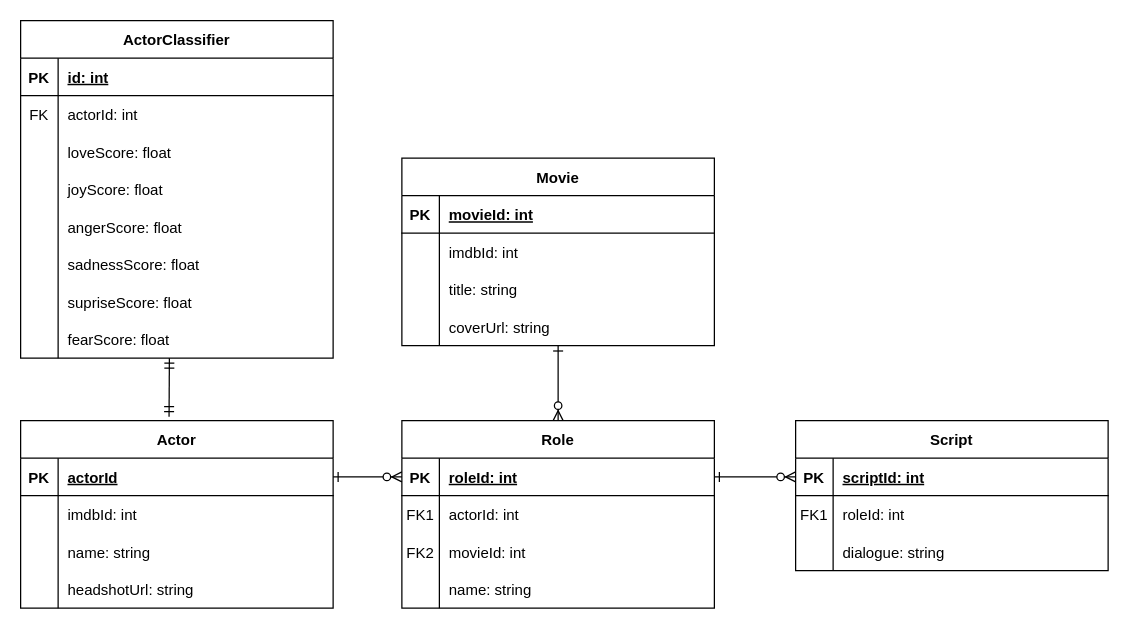
Before: documentation/ER Diagram.drawio in InformationRetrieval-Organization/MovieActorRankingSystem, a draw.io diagram. Source tidied: cells renumbered, new cells numbered last; positions are measured from the earlier drawing's top-left corner, leaving out a move shared by most shapes. Both pictures are drawn from the tidied source at 125%, with x=0, y=0 at pixel (20, 20).
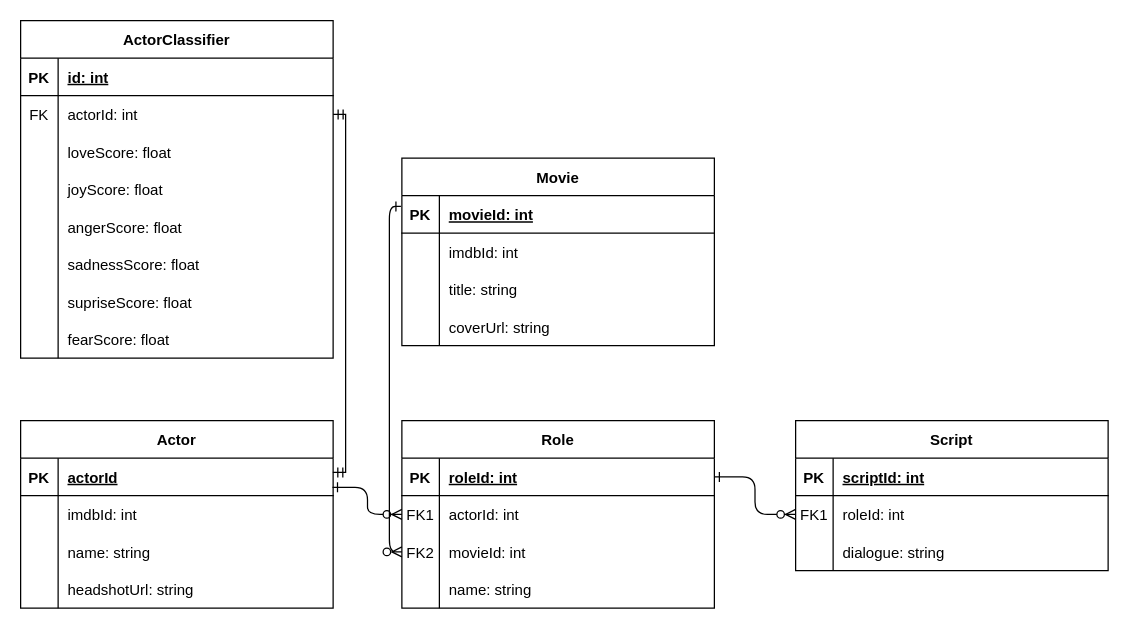
The same page after the edit.

Commit message (it also covers changes not shown here):
updated presentation and er diagram

Unchanged cells that the change refers to:
```xml
<mxCell id="4" value="Role" style="shape=table;startSize=30;childLayout=tableLayout;rowLines=0;fontStyle=1;align=center;" parent="1" vertex="1">
  <mxGeometry x="305" y="320" width="250" height="150" as="geometry" />
</mxCell>
<mxCell id="5" style="shape=partialRectangle;fillColor=none;points=[[0,0.5],[1,0.5]];portConstraint=eastwest;top=0;left=0;right=0;bottom=1;" parent="4" vertex="1">
  <mxGeometry y="30" width="250" height="30" as="geometry" />
</mxCell>
<mxCell id="8" style="shape=partialRectangle;fillColor=none;points=[[0,0.5],[1,0.5]];portConstraint=eastwest;top=0;left=0;right=0;bottom=0;" parent="4" vertex="1">
  <mxGeometry y="60" width="250" height="30" as="geometry" />
</mxCell>
<mxCell id="11" style="shape=partialRectangle;fillColor=none;points=[[0,0.5],[1,0.5]];portConstraint=eastwest;top=0;left=0;right=0;bottom=0;" parent="4" vertex="1">
  <mxGeometry y="90" width="250" height="30" as="geometry" />
</mxCell>
<mxCell id="18" style="shape=partialRectangle;fillColor=none;points=[[0,0.5],[1,0.5]];portConstraint=eastwest;top=0;left=0;right=0;bottom=1;" parent="17" vertex="1">
  <mxGeometry y="30" width="250" height="30" as="geometry" />
</mxCell>
<mxCell id="21" style="shape=partialRectangle;fillColor=none;points=[[0,0.5],[1,0.5]];portConstraint=eastwest;top=0;left=0;right=0;bottom=0;" parent="17" vertex="1">
  <mxGeometry y="60" width="250" height="30" as="geometry" />
</mxCell>
<mxCell id="27" value="Actor" style="shape=table;startSize=30;childLayout=tableLayout;rowLines=0;fontStyle=1;align=center;" parent="1" vertex="1">
  <mxGeometry y="320" width="250" height="150" as="geometry" />
</mxCell>
<mxCell id="28" style="shape=partialRectangle;fillColor=none;points=[[0,0.5],[1,0.5]];portConstraint=eastwest;top=0;left=0;right=0;bottom=1;" parent="27" vertex="1">
  <mxGeometry y="30" width="250" height="30" as="geometry" />
</mxCell>
<mxCell id="41" style="shape=partialRectangle;fillColor=none;points=[[0,0.5],[1,0.5]];portConstraint=eastwest;top=0;left=0;right=0;bottom=1;" parent="40" vertex="1">
  <mxGeometry y="30" width="250" height="30" as="geometry" />
</mxCell>
<mxCell id="50" style="shape=partialRectangle;fillColor=none;points=[[0,0.5],[1,0.5]];portConstraint=eastwest;top=0;left=0;right=0;bottom=0;" parent="40" vertex="1">
  <mxGeometry y="120" width="250" height="30" as="geometry" />
</mxCell>
<mxCell id="57" style="shape=partialRectangle;fillColor=none;points=[[0,0.5],[1,0.5]];portConstraint=eastwest;top=0;left=0;right=0;bottom=0;" parent="53" vertex="1">
  <mxGeometry y="60" width="250" height="30" as="geometry" />
</mxCell>
```

The edit, as a diff of the source:
```diff
@@
-    <mxCell id="2" style="endArrow=ERzeroToMany;startArrow=ERone;endFill=1;startFill=0;entryX=0;entryY=0.5;entryDx=0;entryDy=0;" parent="1" edge="1" source="28" target="5">
+    <mxCell id="2" style="endArrow=ERzeroToMany;startArrow=ERone;endFill=1;startFill=0;entryX=0;entryY=0.5;entryDx=0;entryDy=0;edgeStyle=orthogonalEdgeStyle;exitX=0.998;exitY=0.777;exitDx=0;exitDy=0;exitPerimeter=0;" parent="1" edge="1" source="28" target="8">
       <mxGeometry relative="1" as="geometry" />
     </mxCell>
-    <mxCell id="3" style="endArrow=ERzeroToMany;startArrow=ERone;endFill=1;startFill=0;entryX=0;entryY=0.5;entryDx=0;entryDy=0;" parent="1" edge="1" source="5" target="18">
+    <mxCell id="3" style="endArrow=ERzeroToMany;startArrow=ERone;endFill=1;startFill=0;entryX=0;entryY=0.5;entryDx=0;entryDy=0;exitX=1;exitY=0.5;exitDx=0;exitDy=0;edgeStyle=orthogonalEdgeStyle;" parent="1" edge="1" source="5" target="21">
       <mxGeometry relative="1" as="geometry" />
     </mxCell>
@@
-    <mxCell id="78" style="fontSize=12;html=1;endArrow=ERmandOne;startArrow=ERmandOne;rounded=0;exitX=0.475;exitY=-0.021;exitDx=0;exitDy=0;exitPerimeter=0;" parent="1" edge="1" source="27">
-      <mxGeometry relative="1" as="geometry">
-        <mxPoint x="119" y="270" as="targetPoint" />
-      </mxGeometry>
+    <mxCell id="78" style="fontSize=12;html=1;endArrow=ERmandOne;startArrow=ERmandOne;rounded=0;exitX=0.999;exitY=0.38;exitDx=0;exitDy=0;entryX=1;entryY=0.5;entryDx=0;entryDy=0;edgeStyle=orthogonalEdgeStyle;exitPerimeter=0;" parent="1" edge="1" source="28" target="57">
+      <mxGeometry relative="1" as="geometry" />
     </mxCell>
-    <mxCell id="79" style="endArrow=ERzeroToMany;startArrow=ERone;endFill=1;startFill=0;entryX=0.5;entryY=0;entryDx=0;entryDy=0;exitX=0.5;exitY=1.01;exitDx=0;exitDy=0;exitPerimeter=0;" parent="1" edge="1" source="50" target="4">
+    <mxCell id="79" style="endArrow=ERzeroToMany;startArrow=ERone;endFill=1;startFill=0;entryX=0;entryY=0.5;entryDx=0;entryDy=0;exitX=-0.003;exitY=0.288;exitDx=0;exitDy=0;exitPerimeter=0;edgeStyle=orthogonalEdgeStyle;" parent="1" edge="1" source="41" target="11">
       <mxGeometry relative="1" as="geometry" />
     </mxCell>
```
